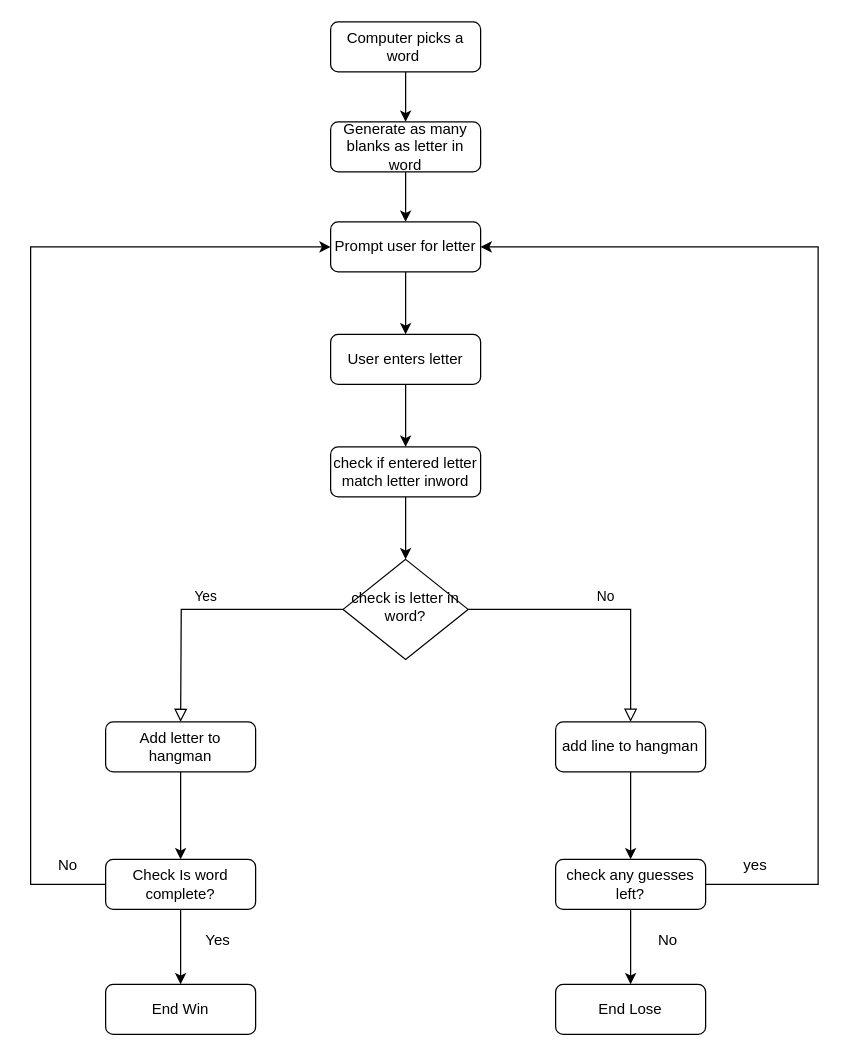
The draw.io diagram Untitled Diagram.drawio in OmYourself/flowcharts1, before the edit. Source tidied: cells renumbered, new cells numbered last; positions are measured from the earlier drawing's top-left corner, leaving out a move shared by most shapes. Both pictures are drawn from the tidied source at 125%, with x=0, y=0 at pixel (30, 21).
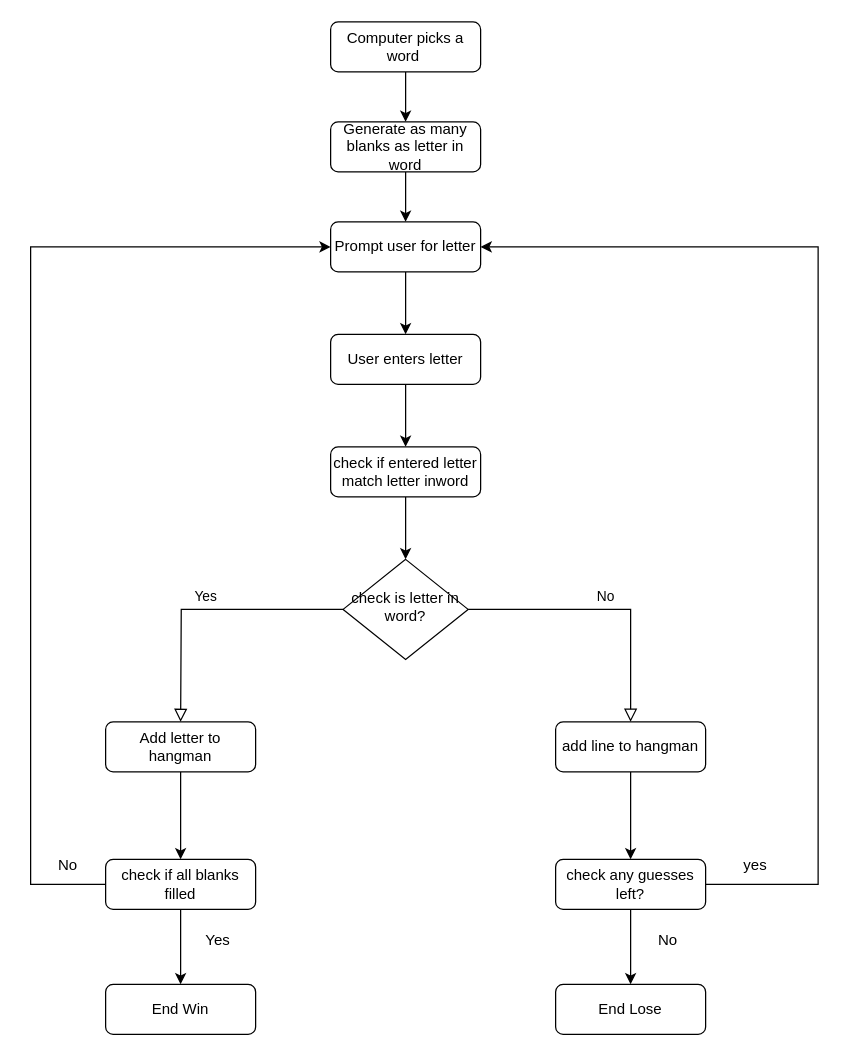
Above is the later version.

What changed in the source:
```diff
@@
-    <mxCell id="18" value="Check Is word complete?" style="rounded=1;whiteSpace=wrap;html=1;fontSize=12;glass=0;strokeWidth=1;shadow=0;" parent="1" vertex="1">
+    <mxCell id="18" value="check if all blanks filled" style="rounded=1;whiteSpace=wrap;html=1;fontSize=12;glass=0;strokeWidth=1;shadow=0;" parent="1" vertex="1">
       <mxGeometry x="60" y="670" width="120" height="40" as="geometry" />
     </mxCell>
```
